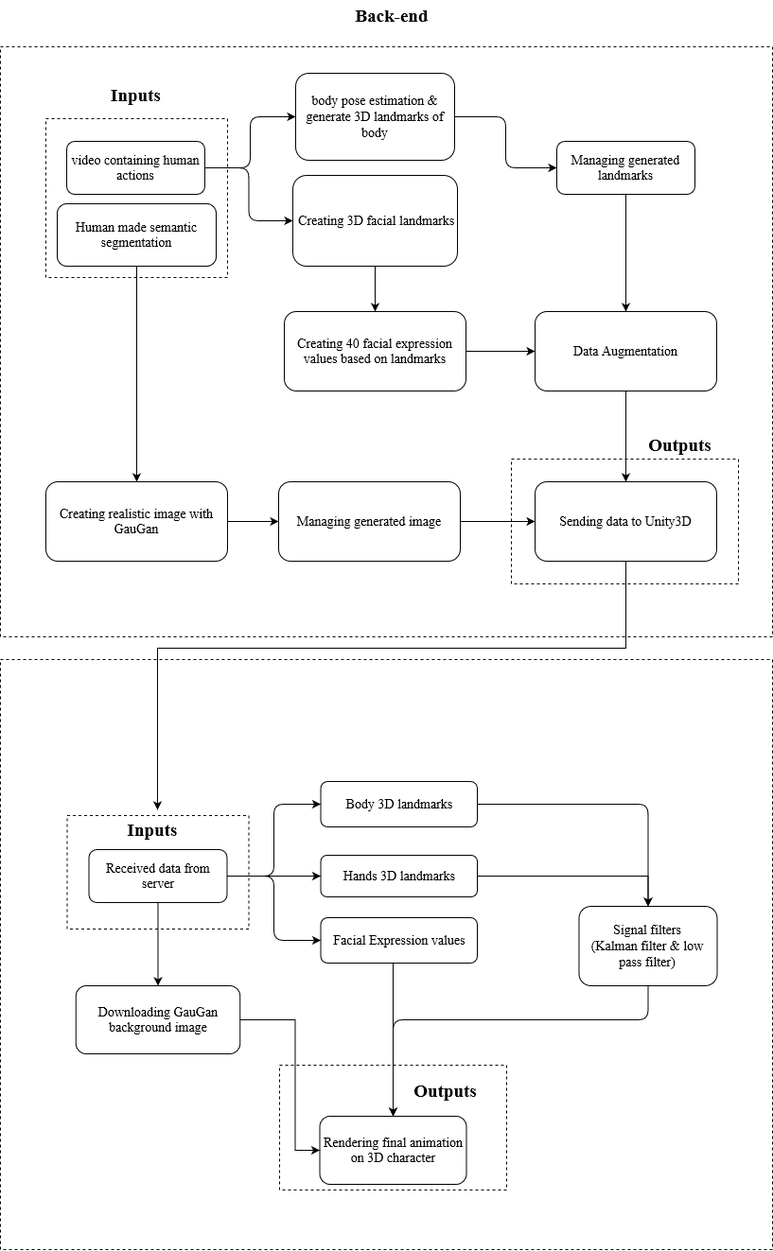
Before: images/dataFlow.png, a diagram exported from draw.io (Danial-Kord/DigiHuman). Source tidied: cells renumbered, new cells last; positions are measured from the earlier drawing's top-left corner, leaving out a move shared by most shapes.
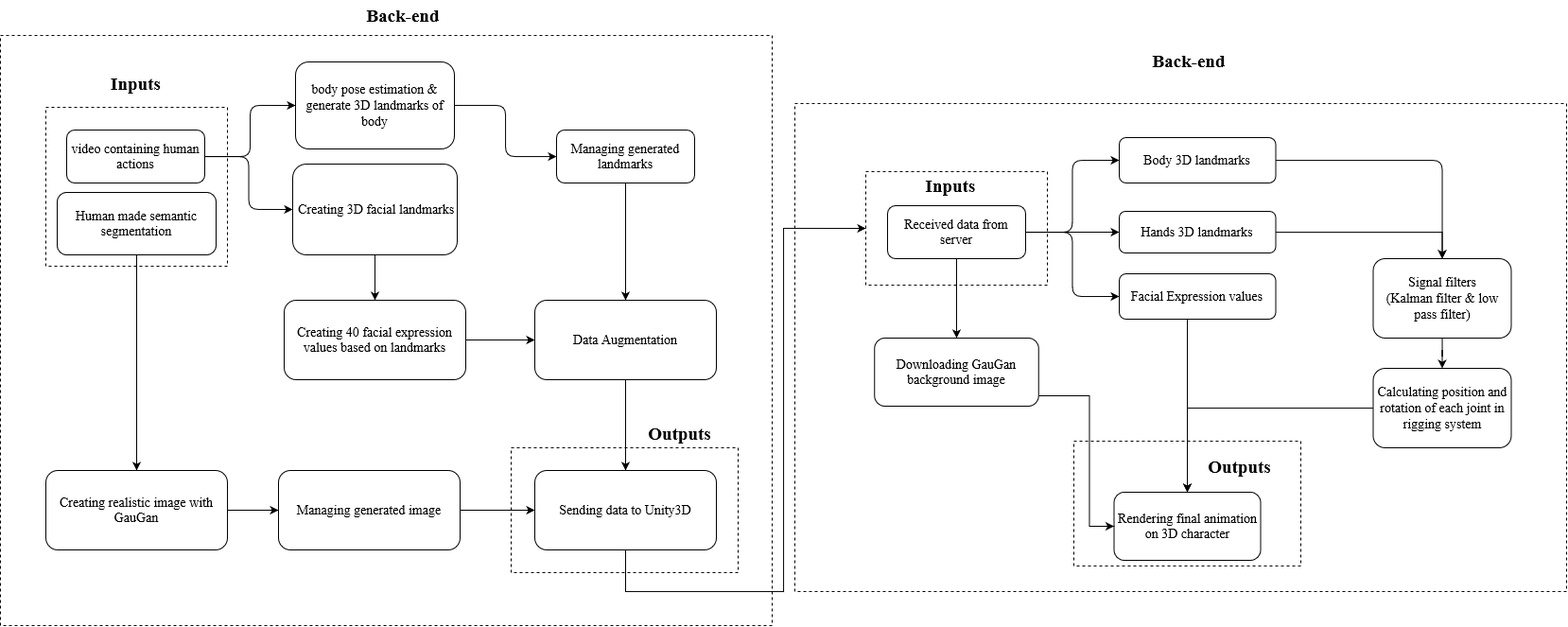
After the commit.

Change to the diagram source:
```diff
@@ -3,10 +3,10 @@
     <mxCell id="0" />
     <mxCell id="1" parent="0" />
     <mxCell id="2" style="rounded=0;whiteSpace=wrap;html=1;sketch=0;fontSize=14;fontColor=default;fillColor=none;dashed=1;fontFamily=Times New Roman;" parent="1" vertex="1">
-      <mxGeometry x="295" y="1125" width="240" height="132" as="geometry" />
+      <mxGeometry x="1135" y="477" width="240" height="132" as="geometry" />
     </mxCell>
     <mxCell id="3" style="rounded=0;whiteSpace=wrap;html=1;sketch=0;fontSize=14;fontColor=default;fillColor=none;dashed=1;fontFamily=Times New Roman;" parent="1" vertex="1">
-      <mxGeometry y="696" width="816" height="624" as="geometry" />
+      <mxGeometry x="840" y="120" width="816" height="516" as="geometry" />
     </mxCell>
     <mxCell id="4" style="rounded=0;whiteSpace=wrap;html=1;sketch=0;fontSize=14;fontColor=default;fillColor=none;dashed=1;fontFamily=Times New Roman;" parent="1" vertex="1">
       <mxGeometry x="540" y="484" width="240" height="132" as="geometry" />
@@ -68,12 +68,12 @@
     <mxCell id="23" value="Creating realistic image with GauGan" style="rounded=1;whiteSpace=wrap;html=1;fontSize=14;align=center;fontFamily=Times New Roman;" parent="1" vertex="1">
       <mxGeometry x="48" y="508" width="192" height="84" as="geometry" />
     </mxCell>
-    <mxCell id="24" style="edgeStyle=orthogonalEdgeStyle;rounded=0;jettySize=auto;html=1;entryX=0.5;entryY=0;entryDx=0;entryDy=0;fontFamily=Times New Roman;" parent="1" edge="1" source="25">
+    <mxCell id="24" style="edgeStyle=orthogonalEdgeStyle;rounded=0;jettySize=auto;html=1;entryX=0;entryY=0.5;entryDx=0;entryDy=0;fontFamily=Times New Roman;" parent="1" edge="1" source="25" target="31">
       <mxGeometry relative="1" as="geometry">
-        <mxPoint x="166" y="855" as="targetPoint" />
         <Array as="points">
-          <mxPoint x="661" y="684" />
-          <mxPoint x="166" y="684" />
+          <mxPoint x="661" y="636" />
+          <mxPoint x="828" y="636" />
+          <mxPoint x="828" y="252" />
         </Array>
       </mxGeometry>
     </mxCell>
@@ -87,7 +87,7 @@
       <mxGeometry x="294" y="508" width="192" height="84" as="geometry" />
     </mxCell>
     <mxCell id="28" value="Back-end" style="text;html=1;strokeColor=none;fillColor=none;align=center;verticalAlign=middle;whiteSpace=wrap;rounded=0;sketch=0;fontSize=19;fontColor=default;strokeWidth=3;fontStyle=1;fontFamily=Times New Roman;" parent="1" vertex="1">
-      <mxGeometry x="336" width="156" height="30" as="geometry" />
+      <mxGeometry x="1178.5" y="60" width="156" height="30" as="geometry" />
     </mxCell>
     <mxCell id="29" value="Outputs" style="text;html=1;strokeColor=none;fillColor=none;align=center;verticalAlign=middle;whiteSpace=wrap;rounded=0;sketch=0;fontSize=19;fontColor=default;strokeWidth=3;fontStyle=1;fontFamily=Times New Roman;" parent="1" vertex="1">
       <mxGeometry x="680" y="454" width="77" height="30" as="geometry" />
@@ -96,7 +96,7 @@
       <mxGeometry x="104.5" y="84" width="77" height="30" as="geometry" />
     </mxCell>
     <mxCell id="31" style="rounded=0;whiteSpace=wrap;html=1;sketch=0;fontSize=14;fontColor=default;fillColor=none;dashed=1;fontFamily=Times New Roman;" parent="1" vertex="1">
-      <mxGeometry x="70.5" y="861" width="192" height="120" as="geometry" />
+      <mxGeometry x="915" y="192" width="192" height="120" as="geometry" />
     </mxCell>
     <mxCell id="32" style="edgeStyle=orthogonalEdgeStyle;curved=0;rounded=1;sketch=0;jettySize=auto;html=1;entryX=0;entryY=0.5;entryDx=0;entryDy=0;fontSize=14;fontFamily=Times New Roman;" parent="1" edge="1" source="35" target="37">
       <mxGeometry relative="1" as="geometry" />
@@ -104,68 +104,72 @@
     <mxCell id="33" style="edgeStyle=orthogonalEdgeStyle;curved=0;rounded=1;sketch=0;jettySize=auto;html=1;entryX=0;entryY=0.5;entryDx=0;entryDy=0;fontSize=14;fontFamily=Times New Roman;" parent="1" edge="1" source="35" target="39">
       <mxGeometry relative="1" as="geometry" />
     </mxCell>
-    <mxCell id="34" style="edgeStyle=orthogonalEdgeStyle;rounded=0;jettySize=auto;html=1;entryX=0.5;entryY=0;entryDx=0;entryDy=0;fontFamily=Times New Roman;" parent="1" edge="1" source="35" target="49">
+    <mxCell id="34" style="edgeStyle=orthogonalEdgeStyle;rounded=0;jettySize=auto;html=1;fontFamily=Times New Roman;entryX=0.5;entryY=0;entryDx=0;entryDy=0;" parent="1" edge="1" source="35" target="49">
       <mxGeometry relative="1" as="geometry" />
     </mxCell>
     <mxCell id="35" value="Received data from server" style="rounded=1;whiteSpace=wrap;html=1;fontSize=14;fontFamily=Times New Roman;" parent="1" vertex="1">
-      <mxGeometry x="93.5" y="897" width="146" height="56" as="geometry" />
+      <mxGeometry x="938" y="228" width="146" height="56" as="geometry" />
     </mxCell>
-    <mxCell id="36" style="edgeStyle=orthogonalEdgeStyle;curved=0;rounded=1;sketch=0;jettySize=auto;html=1;fontSize=14;fontFamily=Times New Roman;" parent="1" edge="1" source="37" target="40">
+    <mxCell id="36" style="edgeStyle=orthogonalEdgeStyle;curved=0;rounded=1;sketch=0;jettySize=auto;html=1;fontSize=14;fontFamily=Times New Roman;" parent="1" edge="1" source="37" target="41">
       <mxGeometry relative="1" as="geometry" />
     </mxCell>
     <mxCell id="37" value="Body 3D landmarks" style="rounded=1;whiteSpace=wrap;html=1;fontSize=14;align=center;fontFamily=Times New Roman;" parent="1" vertex="1">
-      <mxGeometry x="338.5" y="825" width="165.5" height="48" as="geometry" />
+      <mxGeometry x="1183" y="156" width="165.5" height="48" as="geometry" />
     </mxCell>
     <mxCell id="38" style="edgeStyle=orthogonalEdgeStyle;rounded=0;jettySize=auto;html=1;entryX=0.5;entryY=0;entryDx=0;entryDy=0;fontFamily=Times New Roman;" parent="1" edge="1" source="39" target="42">
       <mxGeometry relative="1" as="geometry">
         <Array as="points">
-          <mxPoint x="415" y="1068" />
-          <mxPoint x="415" y="1068" />
+          <mxPoint x="1255" y="420" />
+          <mxPoint x="1255" y="420" />
         </Array>
       </mxGeometry>
     </mxCell>
     <mxCell id="39" value="Facial Expression values" style="rounded=1;whiteSpace=wrap;html=1;fontSize=14;fontFamily=Times New Roman;" parent="1" vertex="1">
-      <mxGeometry x="338.5" y="969" width="165.5" height="48" as="geometry" />
+      <mxGeometry x="1183" y="300" width="165.5" height="48" as="geometry" />
     </mxCell>
-    <mxCell id="40" value="Signal filters&lt;br&gt;(Kalman filter &amp;amp; low pass filter)" style="rounded=1;whiteSpace=wrap;html=1;fontSize=14;fontFamily=Times New Roman;" parent="1" vertex="1">
-      <mxGeometry x="611.5" y="957" width="146" height="84" as="geometry" />
+    <mxCell id="40" style="edgeStyle=orthogonalEdgeStyle;rounded=0;jettySize=auto;html=1;entryX=0.5;entryY=0;entryDx=0;entryDy=0;fontFamily=Times New Roman;" parent="1" edge="1" source="41" target="52">
+      <mxGeometry relative="1" as="geometry" />
     </mxCell>
-    <mxCell id="41" style="edgeStyle=orthogonalEdgeStyle;curved=0;rounded=1;sketch=0;jettySize=auto;html=1;entryX=0.5;entryY=0;entryDx=0;entryDy=0;fontSize=14;exitX=0.5;exitY=1;exitDx=0;exitDy=0;fontFamily=Times New Roman;" parent="1" edge="1" source="40" target="42">
-      <mxGeometry relative="1" as="geometry">
-        <Array as="points">
-          <mxPoint x="684.5" y="1077" />
-          <mxPoint x="415.5" y="1077" />
-        </Array>
-      </mxGeometry>
+    <mxCell id="41" value="Signal filters&lt;br&gt;(Kalman filter &amp;amp; low pass filter)" style="rounded=1;whiteSpace=wrap;html=1;fontSize=14;fontFamily=Times New Roman;" parent="1" vertex="1">
+      <mxGeometry x="1451.5" y="284" width="146" height="84" as="geometry" />
     </mxCell>
     <mxCell id="42" value="Rendering final animation on 3D character" style="rounded=1;whiteSpace=wrap;html=1;fontSize=14;align=center;fontFamily=Times New Roman;" parent="1" vertex="1">
-      <mxGeometry x="337.5" y="1179" width="155" height="72" as="geometry" />
+      <mxGeometry x="1177.5" y="531" width="155" height="72" as="geometry" />
     </mxCell>
     <mxCell id="43" value="Inputs" style="text;html=1;strokeColor=none;fillColor=none;align=center;verticalAlign=middle;whiteSpace=wrap;rounded=0;sketch=0;fontSize=19;fontColor=default;strokeWidth=3;fontStyle=1;fontFamily=Times New Roman;" parent="1" vertex="1">
-      <mxGeometry x="111.5" y="861" width="97.5" height="30" as="geometry" />
+      <mxGeometry x="956" y="192" width="97.5" height="30" as="geometry" />
     </mxCell>
     <mxCell id="44" value="Outputs" style="text;html=1;strokeColor=none;fillColor=none;align=center;verticalAlign=middle;whiteSpace=wrap;rounded=0;sketch=0;fontSize=19;fontColor=default;strokeWidth=3;fontStyle=1;fontFamily=Times New Roman;" parent="1" vertex="1">
-      <mxGeometry x="431.5" y="1137" width="77" height="30" as="geometry" />
+      <mxGeometry x="1271.5" y="489" width="77" height="30" as="geometry" />
     </mxCell>
     <mxCell id="45" style="edgeStyle=orthogonalEdgeStyle;curved=0;rounded=1;sketch=0;jettySize=auto;html=1;entryX=0;entryY=0.5;entryDx=0;entryDy=0;fontSize=14;exitX=1;exitY=0.5;exitDx=0;exitDy=0;fontFamily=Times New Roman;" parent="1" edge="1" source="35" target="47">
       <mxGeometry relative="1" as="geometry" />
     </mxCell>
-    <mxCell id="46" style="edgeStyle=orthogonalEdgeStyle;rounded=0;jettySize=auto;html=1;entryX=0.5;entryY=0;entryDx=0;entryDy=0;fontFamily=Times New Roman;" parent="1" edge="1" source="47" target="40">
+    <mxCell id="46" style="edgeStyle=orthogonalEdgeStyle;rounded=0;jettySize=auto;html=1;entryX=0.5;entryY=0;entryDx=0;entryDy=0;fontFamily=Times New Roman;" parent="1" edge="1" source="47" target="41">
       <mxGeometry relative="1" as="geometry" />
     </mxCell>
     <mxCell id="47" value="Hands 3D landmarks" style="rounded=1;whiteSpace=wrap;html=1;fontSize=14;align=center;fontFamily=Times New Roman;" parent="1" vertex="1">
-      <mxGeometry x="338.5" y="903" width="165.5" height="44" as="geometry" />
+      <mxGeometry x="1183" y="234" width="165.5" height="44" as="geometry" />
     </mxCell>
     <mxCell id="48" style="edgeStyle=orthogonalEdgeStyle;rounded=0;jettySize=auto;html=1;entryX=0;entryY=0.5;entryDx=0;entryDy=0;fontFamily=Times New Roman;" parent="1" edge="1" source="49" target="42">
       <mxGeometry relative="1" as="geometry">
         <Array as="points">
-          <mxPoint x="311.5" y="1077" />
-          <mxPoint x="311.5" y="1215" />
+          <mxPoint x="1151.5" y="429" />
+          <mxPoint x="1151.5" y="567" />
         </Array>
       </mxGeometry>
     </mxCell>
     <mxCell id="49" value="Downloading GauGan background image" style="rounded=1;whiteSpace=wrap;html=1;fontSize=14;align=center;fontFamily=Times New Roman;" parent="1" vertex="1">
-      <mxGeometry x="79.8" y="1041" width="173.5" height="72" as="geometry" />
+      <mxGeometry x="924.2" y="368" width="173.5" height="72" as="geometry" />
     </mxCell>
+    <mxCell id="50" value="Back-end" style="text;html=1;strokeColor=none;fillColor=none;align=center;verticalAlign=middle;whiteSpace=wrap;rounded=0;sketch=0;fontSize=19;fontColor=default;strokeWidth=3;fontStyle=1;fontFamily=Times New Roman;" parent="1" vertex="1">
+      <mxGeometry x="348" y="12" width="156" height="30" as="geometry" />
+    </mxCell>
+    <mxCell id="51" style="edgeStyle=orthogonalEdgeStyle;rounded=0;jettySize=auto;html=1;entryX=0.5;entryY=0;entryDx=0;entryDy=0;fontFamily=Times New Roman;" parent="1" edge="1" source="52" target="42">
+      <mxGeometry relative="1" as="geometry" />
+    </mxCell>
+    <mxCell id="52" value="Calculating position and rotation of each joint in rigging system" style="rounded=1;whiteSpace=wrap;html=1;fontSize=14;fontFamily=Times New Roman;" parent="1" vertex="1">
+      <mxGeometry x="1451.5" y="400" width="146" height="84" as="geometry" />
+    </mxCell>
   </root>
 </mxGraphModel>
```
